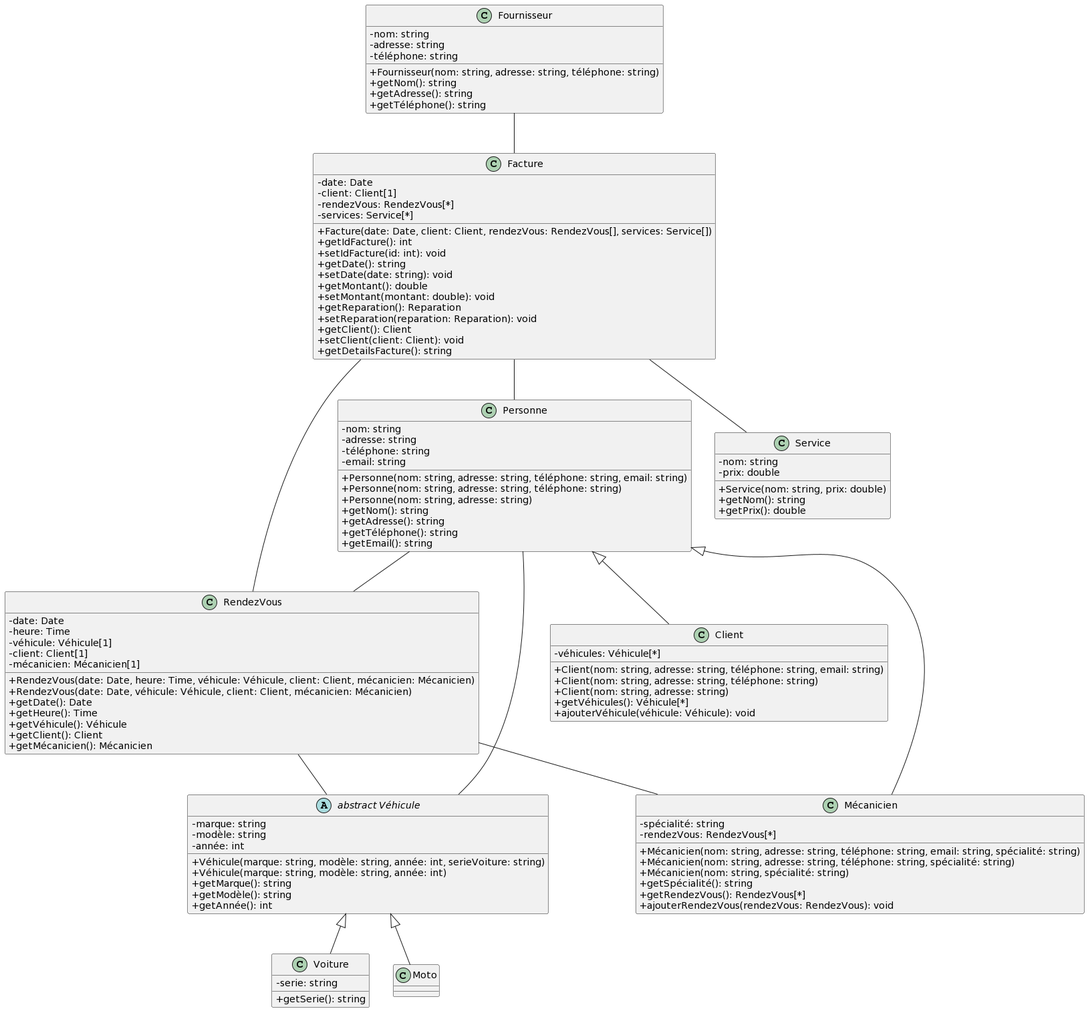
The PlantUML diagram diagrams/diag-class.png in psychop0n/PFA_cpp, before a commit.
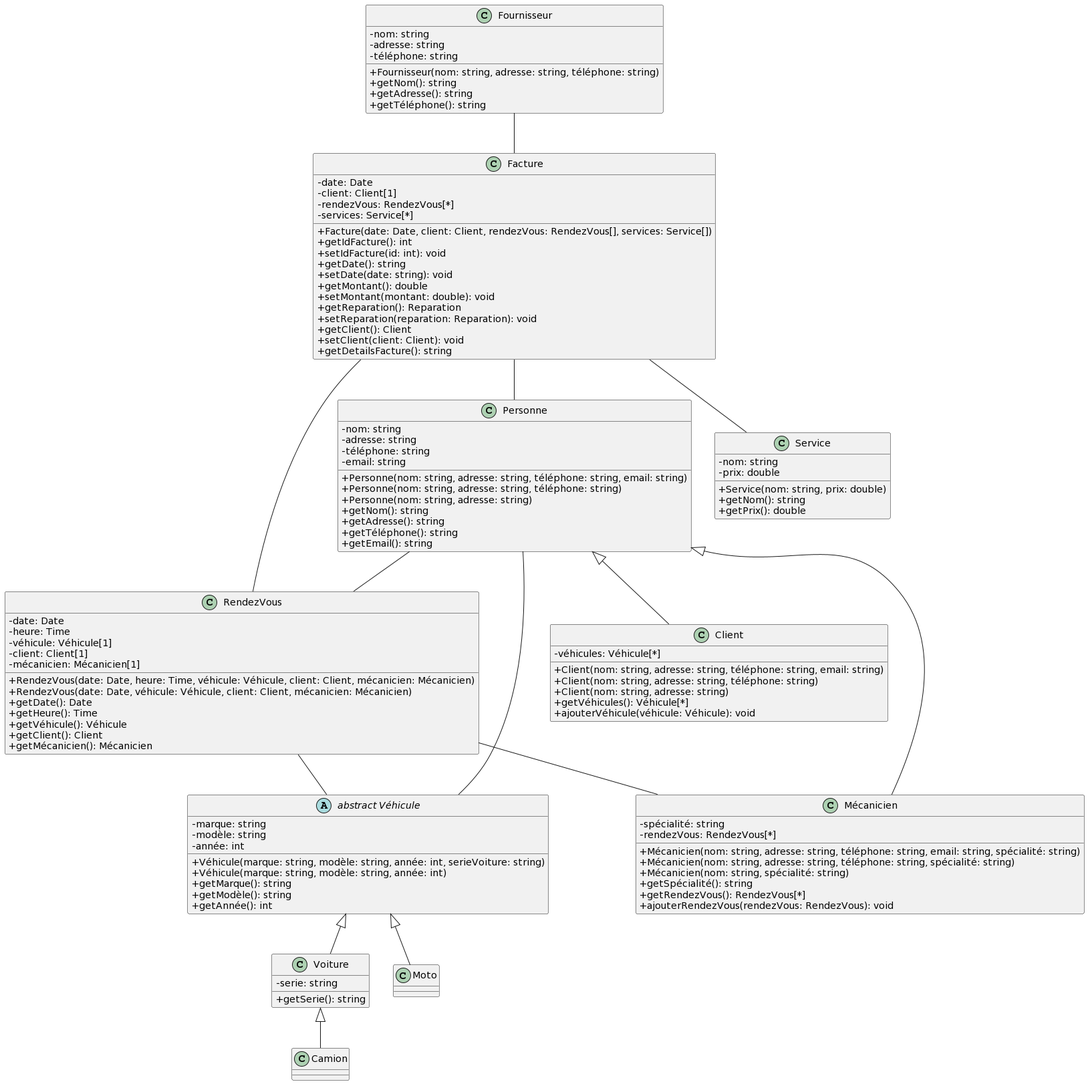
Above is the later version.

Diff of the diagram source:
```diff
@@ -15,6 +15,10 @@
 class Voiture {
   -serie: string
   +getSerie(): string
+}
+
+class Camion {
+
 }
 
 class Moto {
@@ -111,8 +115,11 @@
 Personne <|-- Client
 Personne <|-- Mécanicien
 
+
 "abstract Véhicule" <|-- Moto
 "abstract Véhicule" <|-- Voiture
+
+Voiture <|-- Camion
 
 Personne -- "abstract Véhicule"
 Personne -- RendezVous
```
